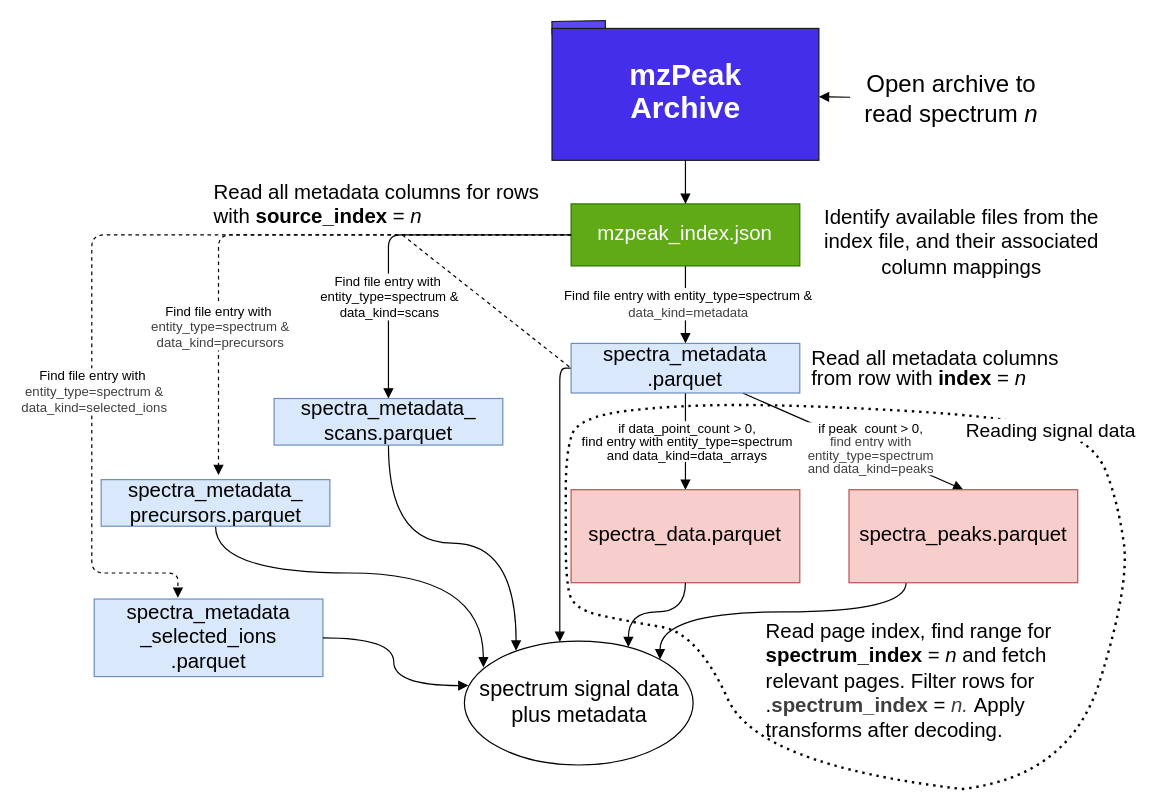
Above: docs/assets/img/reading-from-0.drawio in HUPO-PSI/mzPeak-specification (draw.io), before the change. Source tidied: cells renumbered, new cells numbered last; positions are measured from the earlier drawing's top-left corner, leaving out a move shared by most shapes. Both pictures are drawn from the tidied source at 120%, with x=0, y=0 at pixel (91, 20).
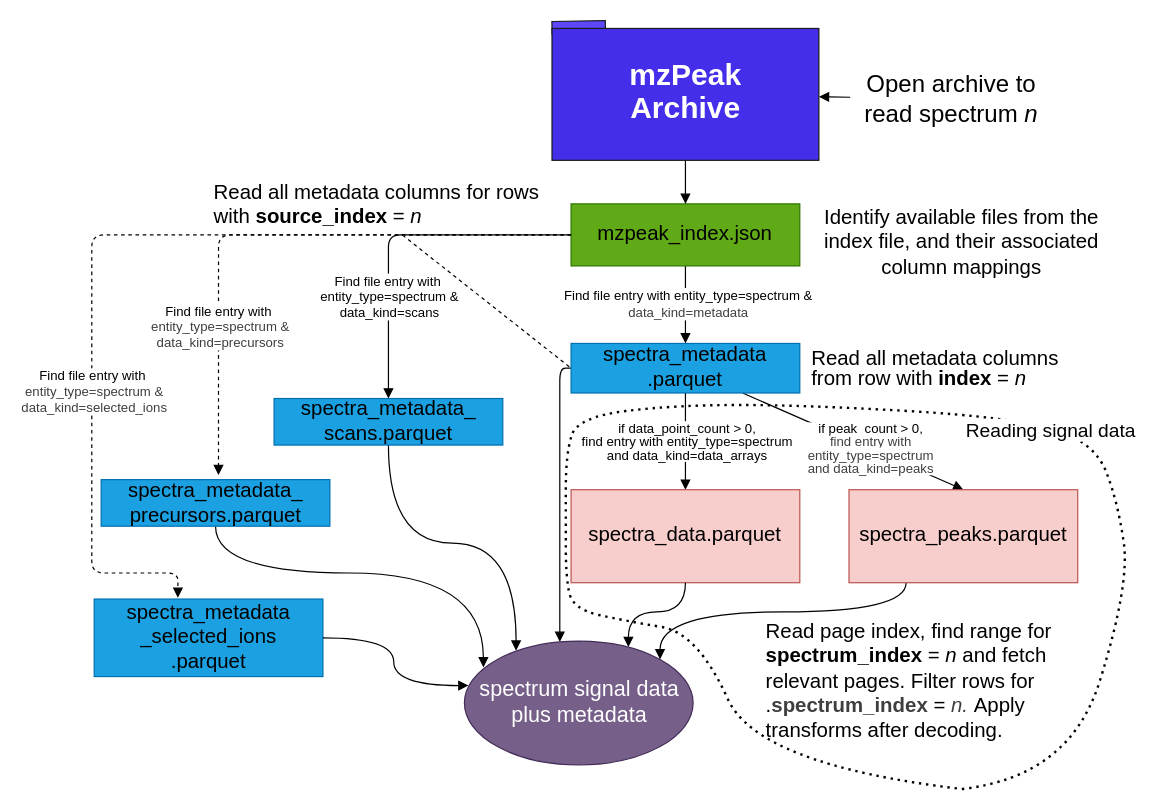
The same diagram, later.

The edit, as a diff of the source:
```diff
@@
-    <mxCell id="6" value="mzpeak_index.json" style="rounded=0;whiteSpace=wrap;html=1;fillColor=#60a917;strokeColor=#2D7600;fontSize=17;fontColor=#ffffff;" parent="1" vertex="1">
+    <mxCell id="6" value="&lt;span style=&quot;color: rgb(0, 0, 0);&quot;&gt;mzpeak_index.json&lt;/span&gt;" style="rounded=0;whiteSpace=wrap;html=1;fillColor=#60a917;strokeColor=#2D7600;fontSize=17;fontColor=#ffffff;" parent="1" vertex="1">
       <mxGeometry x="399.4" y="152.4" width="190.6" height="51.7" as="geometry" />
     </mxCell>
@@
-    <mxCell id="13" value="spectra_metadata&lt;div&gt;.parquet&lt;/div&gt;" style="whiteSpace=wrap;html=1;fillColor=#dae8fc;strokeColor=#6c8ebf;rounded=0;fontSize=17;" parent="1" vertex="1">
+    <mxCell id="13" value="&lt;span style=&quot;color: rgb(0, 0, 0);&quot;&gt;spectra_metadata&lt;/span&gt;&lt;div&gt;&lt;span style=&quot;color: rgb(0, 0, 0);&quot;&gt;.parquet&lt;/span&gt;&lt;/div&gt;" style="whiteSpace=wrap;html=1;fillColor=#1ba1e2;strokeColor=#006EAF;rounded=0;fontSize=17;fontColor=#ffffff;" parent="1" vertex="1">
       <mxGeometry x="399.4" y="268.7" width="190.6" height="41.3" as="geometry" />
     </mxCell>
@@
-    <mxCell id="21" value="spectra_metadata_&lt;div&gt;scans.parquet&lt;/div&gt;" style="whiteSpace=wrap;html=1;fillColor=#dae8fc;strokeColor=#6c8ebf;rounded=0;fontSize=17;" parent="1" vertex="1">
+    <mxCell id="21" value="&lt;span style=&quot;color: rgb(0, 0, 0);&quot;&gt;spectra_metadata_&lt;/span&gt;&lt;div&gt;&lt;span style=&quot;color: rgb(0, 0, 0);&quot;&gt;scans.parquet&lt;/span&gt;&lt;/div&gt;" style="whiteSpace=wrap;html=1;fillColor=#1ba1e2;strokeColor=#006EAF;rounded=0;fontSize=17;fontColor=#ffffff;" parent="1" vertex="1">
       <mxGeometry x="151.9" y="314.6" width="190.6" height="38.8" as="geometry" />
     </mxCell>
-    <mxCell id="22" value="spectrum signal data plus metadata" style="ellipse;whiteSpace=wrap;html=1;shapeInside=1;verticalAlign=middle;fontSize=18;" parent="1" vertex="1">
+    <mxCell id="22" value="&lt;span style=&quot;color: light-dark(rgb(255, 255, 255), rgb(255, 255, 255));&quot;&gt;spectrum signal data plus metadata&lt;/span&gt;" style="ellipse;whiteSpace=wrap;html=1;shapeInside=1;verticalAlign=middle;fontSize=18;fillColor=#76608a;fontColor=#ffffff;strokeColor=#432D57;" parent="1" vertex="1">
       <mxGeometry x="310.5" y="516.7" width="190.6" height="103.3" as="geometry" />
     </mxCell>
@@
-    <mxCell id="24" value="spectra_metadata_&lt;div&gt;precursors.parquet&lt;/div&gt;" style="whiteSpace=wrap;html=1;fillColor=#dae8fc;strokeColor=#6c8ebf;rounded=0;fontSize=17;" parent="1" vertex="1">
+    <mxCell id="24" value="&lt;span style=&quot;color: rgb(0, 0, 0);&quot;&gt;spectra_metadata_&lt;/span&gt;&lt;div&gt;&lt;span style=&quot;color: rgb(0, 0, 0);&quot;&gt;precursors.parquet&lt;/span&gt;&lt;/div&gt;" style="whiteSpace=wrap;html=1;fillColor=#1ba1e2;strokeColor=#006EAF;rounded=0;fontSize=17;fontColor=#ffffff;" parent="1" vertex="1">
       <mxGeometry x="7.8" y="382.2" width="190.6" height="38.8" as="geometry" />
     </mxCell>
-    <mxCell id="25" value="spectra_metadata&lt;div&gt;_selected_ions&lt;div&gt;.parquet&lt;/div&gt;&lt;/div&gt;" style="whiteSpace=wrap;html=1;fillColor=#dae8fc;strokeColor=#6c8ebf;rounded=0;fontSize=17;" parent="1" vertex="1">
+    <mxCell id="25" value="&lt;span style=&quot;color: rgb(0, 0, 0);&quot;&gt;spectra_metadata&lt;/span&gt;&lt;div&gt;&lt;span style=&quot;color: rgb(0, 0, 0);&quot;&gt;_selected_ions&lt;/span&gt;&lt;div&gt;&lt;span style=&quot;color: rgb(0, 0, 0);&quot;&gt;.parquet&lt;/span&gt;&lt;/div&gt;&lt;/div&gt;" style="whiteSpace=wrap;html=1;fillColor=#1ba1e2;strokeColor=#006EAF;rounded=0;fontSize=17;fontColor=#ffffff;" parent="1" vertex="1">
       <mxGeometry x="2" y="481.7" width="190.6" height="64.6" as="geometry" />
     </mxCell>
```
